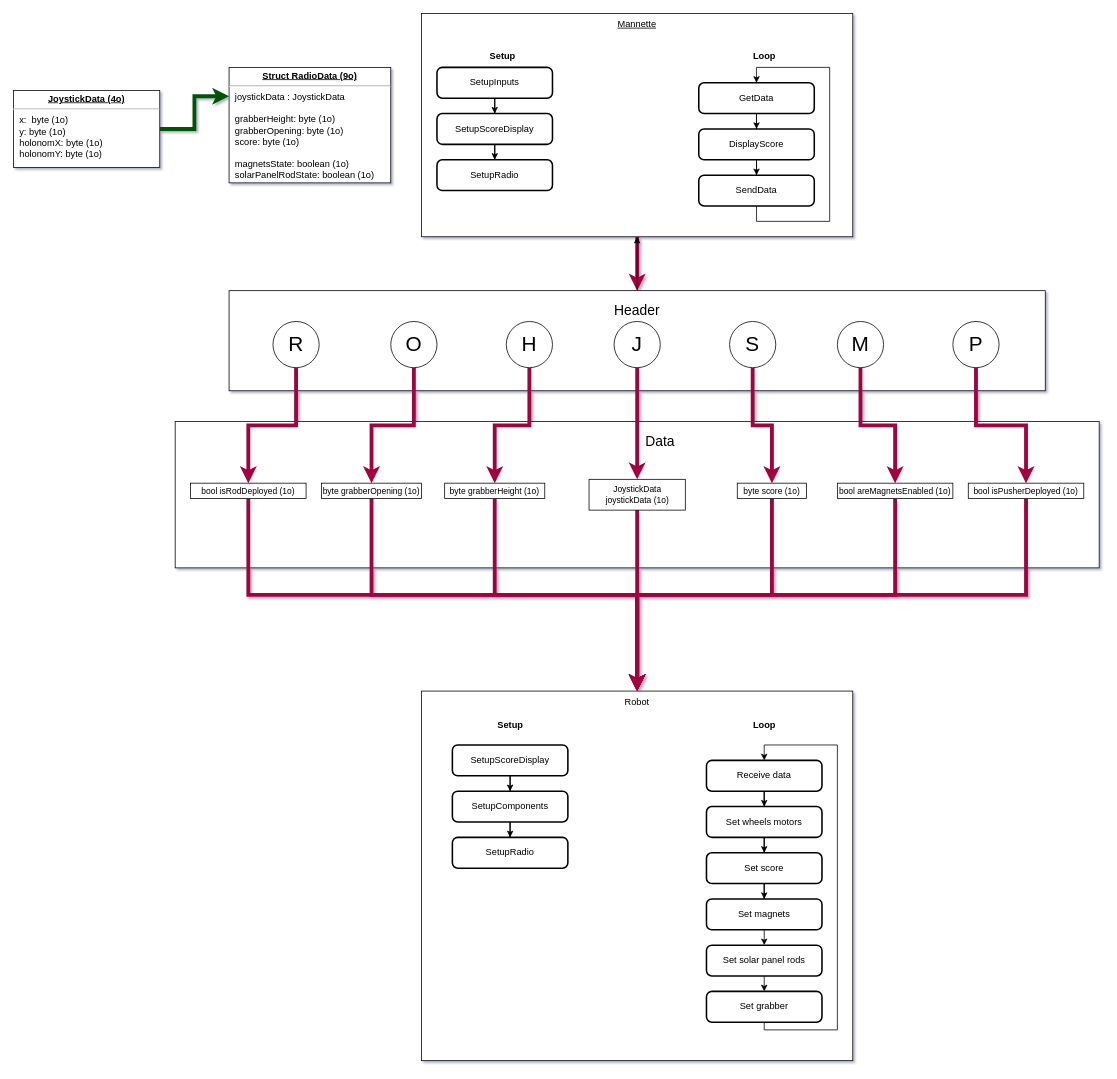
This is Algorithme.drawio from Hexobot-SLSC/eurobot-2024-controller, a draw.io file, before an edit. Source tidied: cells renumbered, new cells numbered last; positions are measured from the earlier drawing's top-left corner, leaving out a move shared by most shapes. Both pictures are drawn from the tidied source at 77%, with x=0, y=0 at pixel (13, 13).
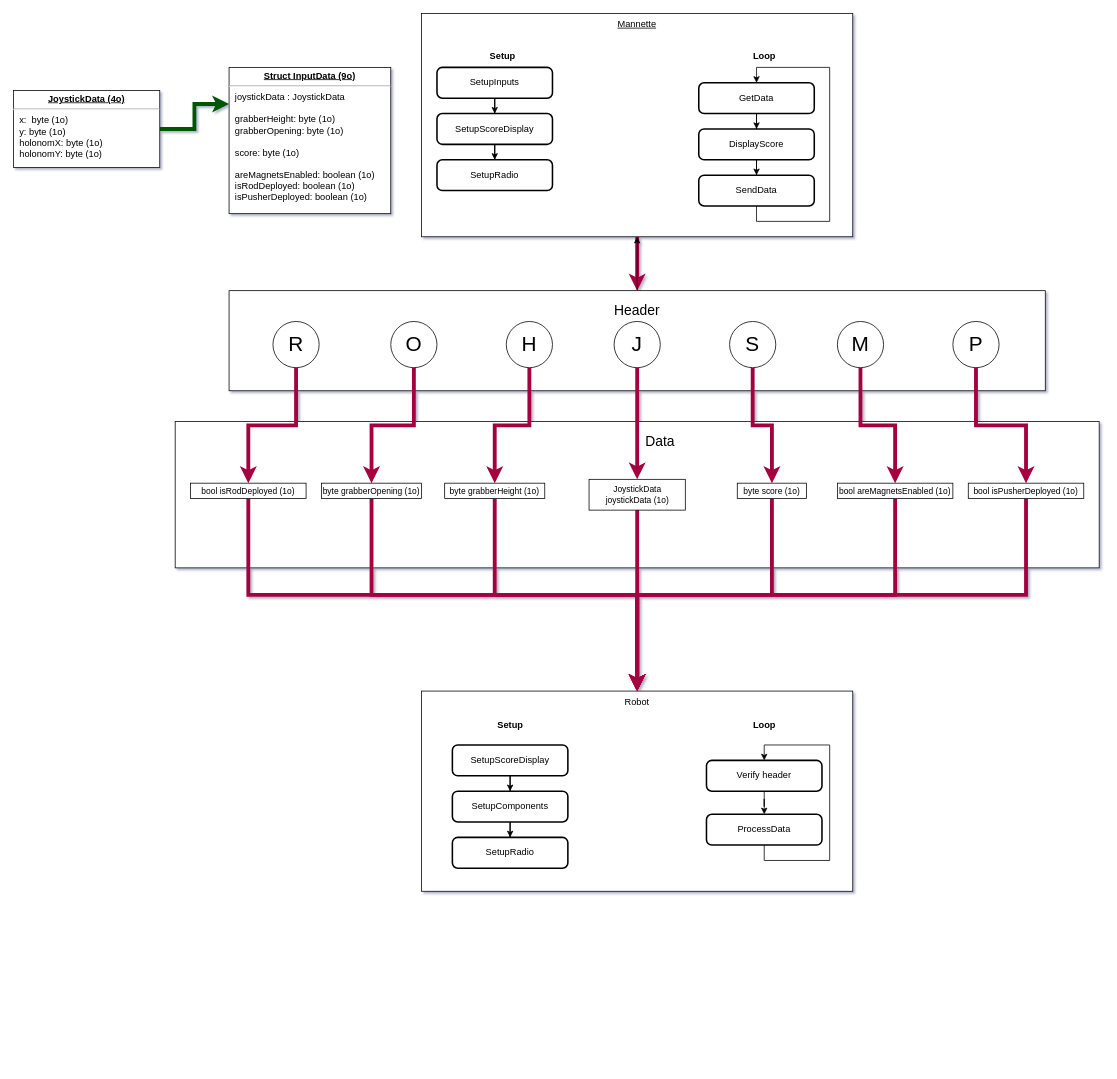
The same page after the edit.

Commit message:
Improve headers system

Change to the diagram source:
```diff
@@
     <mxCell id="5" value="Robot" style="rounded=0;whiteSpace=wrap;html=1;verticalAlign=top;" parent="1" vertex="1">
-      <mxGeometry x="530" y="880" width="560" height="480" as="geometry" />
+      <mxGeometry x="530" y="880" width="560" height="260" as="geometry" />
     </mxCell>
@@
-    <mxCell id="7" value="&lt;p style=&quot;margin:0px;margin-top:4px;text-align:center;text-decoration:underline;&quot;&gt;&lt;b&gt;Struct RadioData (9o)&lt;/b&gt;&lt;/p&gt;&lt;hr&gt;&lt;p style=&quot;margin:0px;margin-left:8px;&quot;&gt;joystickData : JoystickData&lt;/p&gt;&lt;p style=&quot;margin:0px;margin-left:8px;&quot;&gt;&lt;br&gt;grabberHeight: byte (1o)&lt;/p&gt;&lt;p style=&quot;margin:0px;margin-left:8px;&quot;&gt;grabberOpening: byte (1o)&lt;/p&gt;&lt;p style=&quot;margin:0px;margin-left:8px;&quot;&gt;&lt;span style=&quot;background-color: initial;&quot;&gt;score: byte (1o)&lt;/span&gt;&lt;br&gt;&lt;/p&gt;&lt;p style=&quot;margin:0px;margin-left:8px;&quot;&gt;&lt;span style=&quot;background-color: initial;&quot;&gt;&lt;br&gt;&lt;/span&gt;&lt;/p&gt;&lt;p style=&quot;margin: 0px 0px 0px 8px;&quot;&gt;magnetsState: boolean (1o)&lt;/p&gt;&lt;p style=&quot;margin: 0px 0px 0px 8px;&quot;&gt;solarPanelRodState: boolean (1o)&lt;/p&gt;" style="verticalAlign=top;align=left;overflow=fill;fontSize=12;fontFamily=Helvetica;html=1;whiteSpace=wrap;rounded=0;" parent="1" vertex="1">
-      <mxGeometry x="280" y="70" width="210" height="150" as="geometry" />
+    <mxCell id="7" value="&lt;p style=&quot;margin:0px;margin-top:4px;text-align:center;text-decoration:underline;&quot;&gt;&lt;b&gt;Struct InputData (9o)&lt;/b&gt;&lt;/p&gt;&lt;hr&gt;&lt;p style=&quot;margin:0px;margin-left:8px;&quot;&gt;joystickData : JoystickData&lt;/p&gt;&lt;p style=&quot;margin:0px;margin-left:8px;&quot;&gt;&lt;br&gt;grabberHeight: byte (1o)&lt;/p&gt;&lt;p style=&quot;margin:0px;margin-left:8px;&quot;&gt;grabberOpening: byte (1o)&lt;/p&gt;&lt;p style=&quot;margin:0px;margin-left:8px;&quot;&gt;&lt;br&gt;&lt;/p&gt;&lt;p style=&quot;margin:0px;margin-left:8px;&quot;&gt;score: byte (1o)&lt;/p&gt;&lt;p style=&quot;margin:0px;margin-left:8px;&quot;&gt;&lt;span style=&quot;background-color: initial;&quot;&gt;&lt;br&gt;&lt;/span&gt;&lt;/p&gt;&lt;p style=&quot;margin: 0px 0px 0px 8px;&quot;&gt;areMagnetsEnabled: boolean (1o)&lt;/p&gt;&lt;p style=&quot;margin: 0px 0px 0px 8px;&quot;&gt;isRodDeployed: boolean (1o)&lt;/p&gt;&lt;p style=&quot;margin: 0px 0px 0px 8px;&quot;&gt;isPusherDeployed: boolean (1o)&lt;br&gt;&lt;/p&gt;" style="verticalAlign=top;align=left;overflow=fill;fontSize=12;fontFamily=Helvetica;html=1;whiteSpace=wrap;rounded=0;" parent="1" vertex="1">
+      <mxGeometry x="280" y="70" width="210" height="190" as="geometry" />
     </mxCell>
@@
-    <mxCell id="26" style="edgeStyle=orthogonalEdgeStyle;rounded=0;jettySize=auto;html=1;" parent="1" edge="1" source="27" target="29">
+    <mxCell id="26" style="edgeStyle=orthogonalEdgeStyle;rounded=0;jettySize=auto;html=1;entryX=0.5;entryY=0;entryDx=0;entryDy=0;" parent="1" edge="1" source="27" target="73">
       <mxGeometry relative="1" as="geometry" />
     </mxCell>
-    <mxCell id="27" value="Receive data" style="rounded=1;whiteSpace=wrap;html=1;absoluteArcSize=1;arcSize=14;strokeWidth=2;" parent="1" vertex="1">
+    <mxCell id="27" value="Verify header" style="rounded=1;whiteSpace=wrap;html=1;absoluteArcSize=1;arcSize=14;strokeWidth=2;" parent="1" vertex="1">
       <mxGeometry x="900" y="970" width="150" height="40" as="geometry" />
     </mxCell>
-    <mxCell id="28" style="edgeStyle=orthogonalEdgeStyle;rounded=0;jettySize=auto;html=1;" parent="1" edge="1" source="29" target="31">
-      <mxGeometry relative="1" as="geometry" />
-    </mxCell>
-    <mxCell id="29" value="Set wheels motors" style="rounded=1;whiteSpace=wrap;html=1;absoluteArcSize=1;arcSize=14;strokeWidth=2;" parent="1" vertex="1">
-      <mxGeometry x="900" y="1030" width="150" height="40" as="geometry" />
-    </mxCell>
-    <mxCell id="30" style="edgeStyle=orthogonalEdgeStyle;rounded=0;jettySize=auto;html=1;entryX=0.5;entryY=0;entryDx=0;entryDy=0;" parent="1" edge="1" source="31" target="35">
-      <mxGeometry relative="1" as="geometry" />
-    </mxCell>
-    <mxCell id="31" value="Set score" style="rounded=1;whiteSpace=wrap;html=1;absoluteArcSize=1;arcSize=14;strokeWidth=2;" parent="1" vertex="1">
-      <mxGeometry x="900" y="1090" width="150" height="40" as="geometry" />
-    </mxCell>
-    <mxCell id="32" style="edgeStyle=orthogonalEdgeStyle;rounded=0;jettySize=auto;html=1;exitX=0.5;exitY=1;exitDx=0;exitDy=0;entryX=0.5;entryY=0;entryDx=0;entryDy=0;" parent="1" edge="1" source="33" target="27">
-      <mxGeometry relative="1" as="geometry">
-        <Array as="points">
-          <mxPoint x="975" y="1320" />
-          <mxPoint x="1070" y="1320" />
-          <mxPoint x="1070" y="950" />
-          <mxPoint x="975" y="950" />
-        </Array>
-      </mxGeometry>
-    </mxCell>
-    <mxCell id="33" value="Set grabber" style="rounded=1;whiteSpace=wrap;html=1;absoluteArcSize=1;arcSize=14;strokeWidth=2;" parent="1" vertex="1">
-      <mxGeometry x="900" y="1270" width="150" height="40" as="geometry" />
-    </mxCell>
-    <mxCell id="34" style="edgeStyle=orthogonalEdgeStyle;rounded=0;jettySize=auto;html=1;exitX=0.5;exitY=1;exitDx=0;exitDy=0;entryX=0.5;entryY=0;entryDx=0;entryDy=0;" parent="1" edge="1" source="35" target="37">
-      <mxGeometry relative="1" as="geometry" />
-    </mxCell>
-    <mxCell id="35" value="Set magnets" style="rounded=1;whiteSpace=wrap;html=1;absoluteArcSize=1;arcSize=14;strokeWidth=2;" parent="1" vertex="1">
-      <mxGeometry x="900" y="1150" width="150" height="40" as="geometry" />
-    </mxCell>
-    <mxCell id="36" style="edgeStyle=orthogonalEdgeStyle;rounded=0;jettySize=auto;html=1;exitX=0.5;exitY=1;exitDx=0;exitDy=0;entryX=0.5;entryY=0;entryDx=0;entryDy=0;" parent="1" edge="1" source="37" target="33">
-      <mxGeometry relative="1" as="geometry" />
-    </mxCell>
-    <mxCell id="37" value="Set solar panel rods" style="rounded=1;whiteSpace=wrap;html=1;absoluteArcSize=1;arcSize=14;strokeWidth=2;" parent="1" vertex="1">
-      <mxGeometry x="900" y="1210" width="150" height="40" as="geometry" />
-    </mxCell>
@@
+    <mxCell id="72" style="edgeStyle=orthogonalEdgeStyle;shape=connector;rounded=0;html=1;exitX=0.5;exitY=1;exitDx=0;exitDy=0;entryX=0.5;entryY=0;entryDx=0;entryDy=0;labelBackgroundColor=default;strokeColor=default;fontFamily=Helvetica;fontSize=11;fontColor=default;endArrow=classic;" parent="1" edge="1" source="73" target="27">
+      <mxGeometry relative="1" as="geometry">
+        <Array as="points">
+          <mxPoint x="975" y="1100" />
+          <mxPoint x="1060" y="1100" />
+          <mxPoint x="1060" y="950" />
+          <mxPoint x="975" y="950" />
+        </Array>
+      </mxGeometry>
+    </mxCell>
+    <mxCell id="73" value="ProcessData" style="rounded=1;whiteSpace=wrap;html=1;absoluteArcSize=1;arcSize=14;strokeWidth=2;" parent="1" vertex="1">
+      <mxGeometry x="900" y="1040" width="150" height="40" as="geometry" />
+    </mxCell>
```
